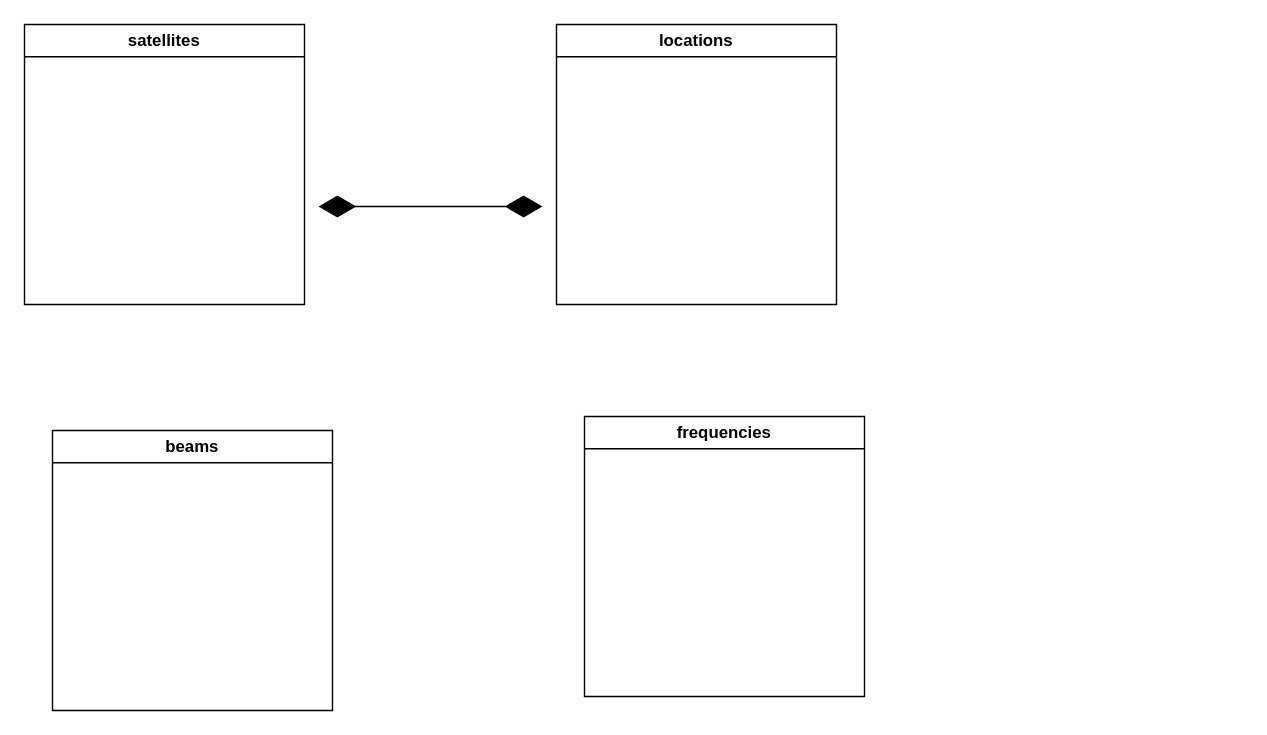
Earlier version of the draw.io diagram satOps.drawio (JanThoemel/drawIO). Source tidied: cells renumbered, new cells numbered last; positions are measured from the earlier drawing's top-left corner, leaving out a move shared by most shapes. Both pictures are drawn from the tidied source at 140%, with x=0, y=0 at pixel (24, 24).
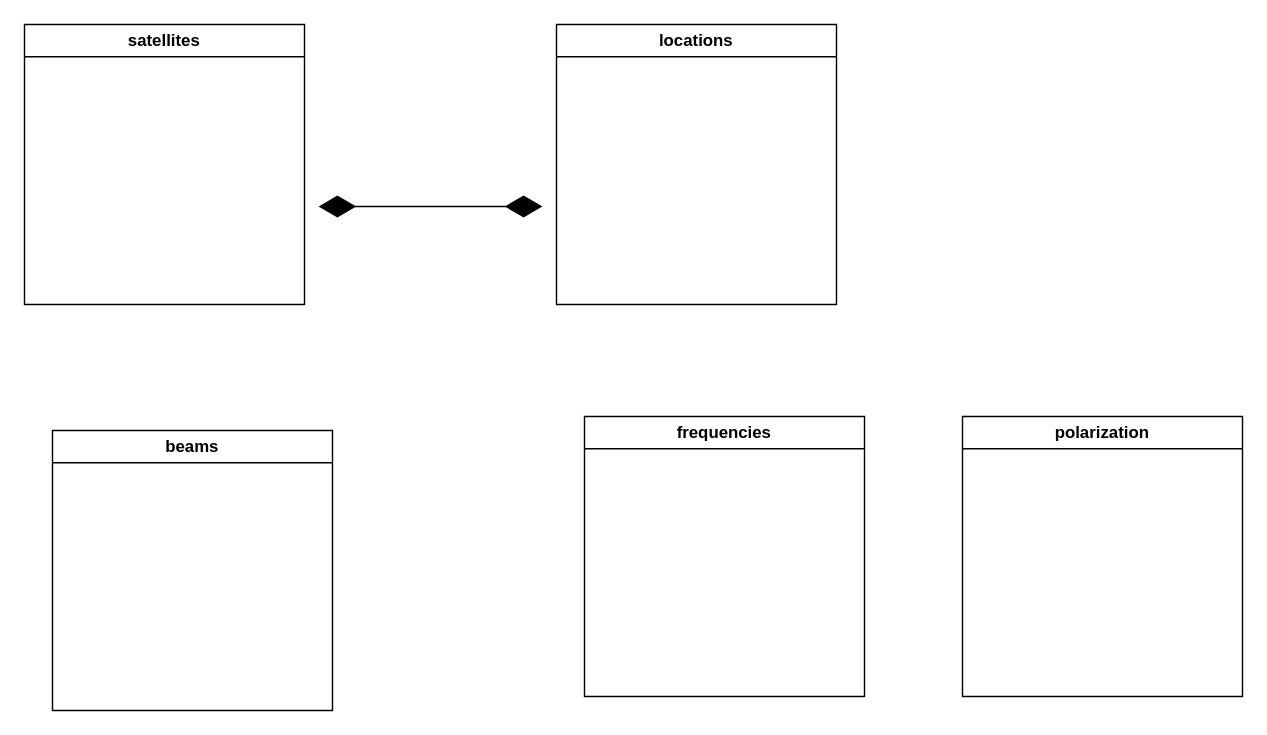
The same diagram, later.

The edit, as a diff of the source:
```diff
@@
 <mxGraphModel>
   <root>
     <mxCell id="0" />
     <mxCell id="1" parent="0" />
     <mxCell id="2" value="satellites" style="swimlane;whiteSpace=wrap;html=1;" parent="1" vertex="1">
       <mxGeometry width="200" height="200" as="geometry" />
     </mxCell>
     <mxCell id="3" value="&lt;div&gt;locations&lt;/div&gt;" style="swimlane;whiteSpace=wrap;html=1;" parent="1" vertex="1">
       <mxGeometry x="380" width="200" height="200" as="geometry" />
     </mxCell>
     <mxCell id="4" style="endArrow=diamondThin;endFill=1;endSize=24;html=1;rounded=0;startArrow=diamondThin;startFill=1;startSize=24;" parent="1" edge="1">
       <mxGeometry relative="1" as="geometry">
         <mxPoint x="210" y="130" as="sourcePoint" />
         <mxPoint x="370" y="130" as="targetPoint" />
       </mxGeometry>
     </mxCell>
     <mxCell id="5" value="&lt;div&gt;beams&lt;/div&gt;" style="swimlane;whiteSpace=wrap;html=1;" parent="1" vertex="1">
       <mxGeometry x="20" y="290" width="200" height="200" as="geometry" />
     </mxCell>
     <mxCell id="6" value="frequencies" style="swimlane;whiteSpace=wrap;html=1;" parent="1" vertex="1">
       <mxGeometry x="400" y="280" width="200" height="200" as="geometry" />
     </mxCell>
+    <mxCell id="7" value="&lt;div&gt;polarization&lt;/div&gt;" style="swimlane;whiteSpace=wrap;html=1;" parent="1" vertex="1">
+      <mxGeometry x="670" y="280" width="200" height="200" as="geometry" />
+    </mxCell>
   </root>
 </mxGraphModel>
```
